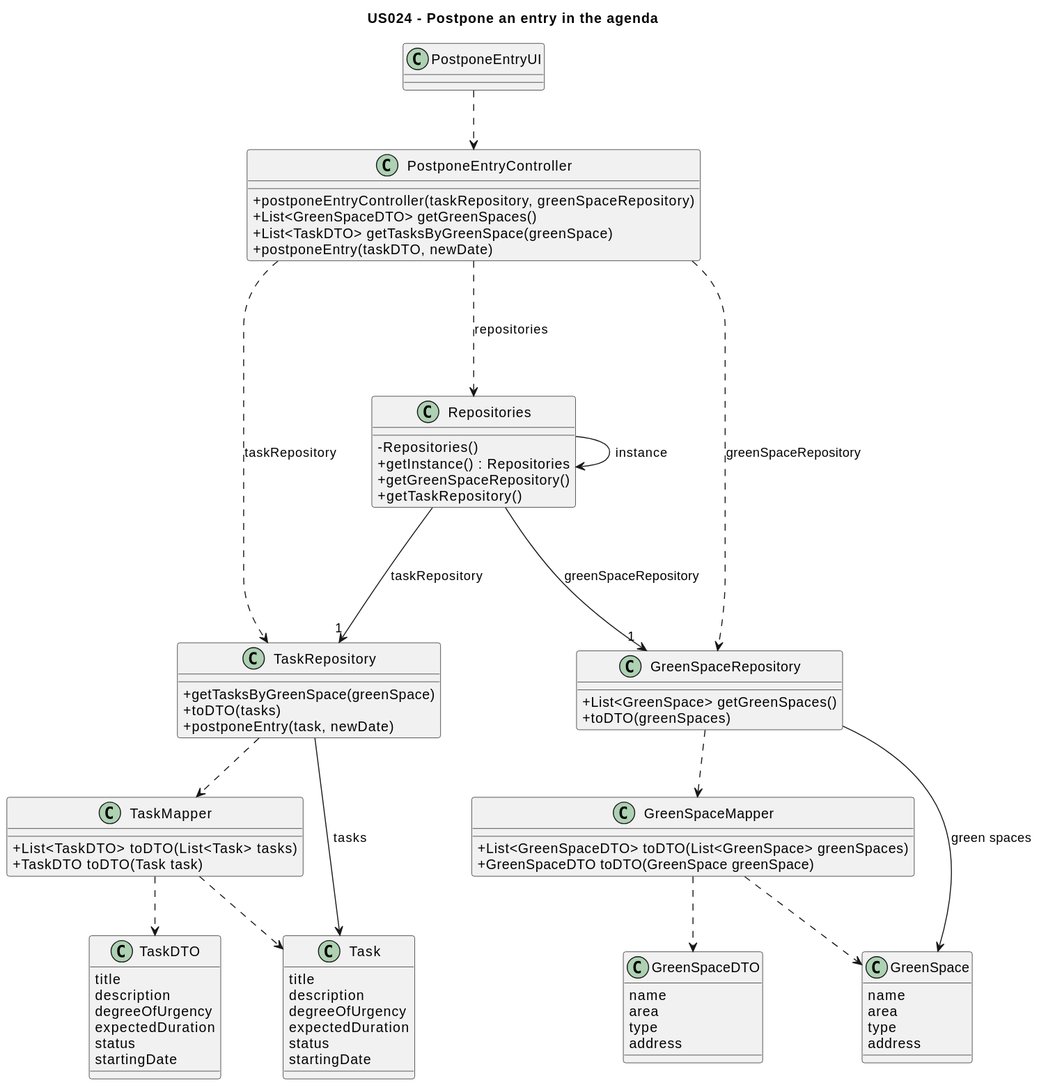
The PlantUML diagram docs/sprintC/us024/03.design/svg/us024-class-diagram.svg in Departamento-de-Engenharia-Informatica/lei-24-s2-1dm-g132, before a commit.
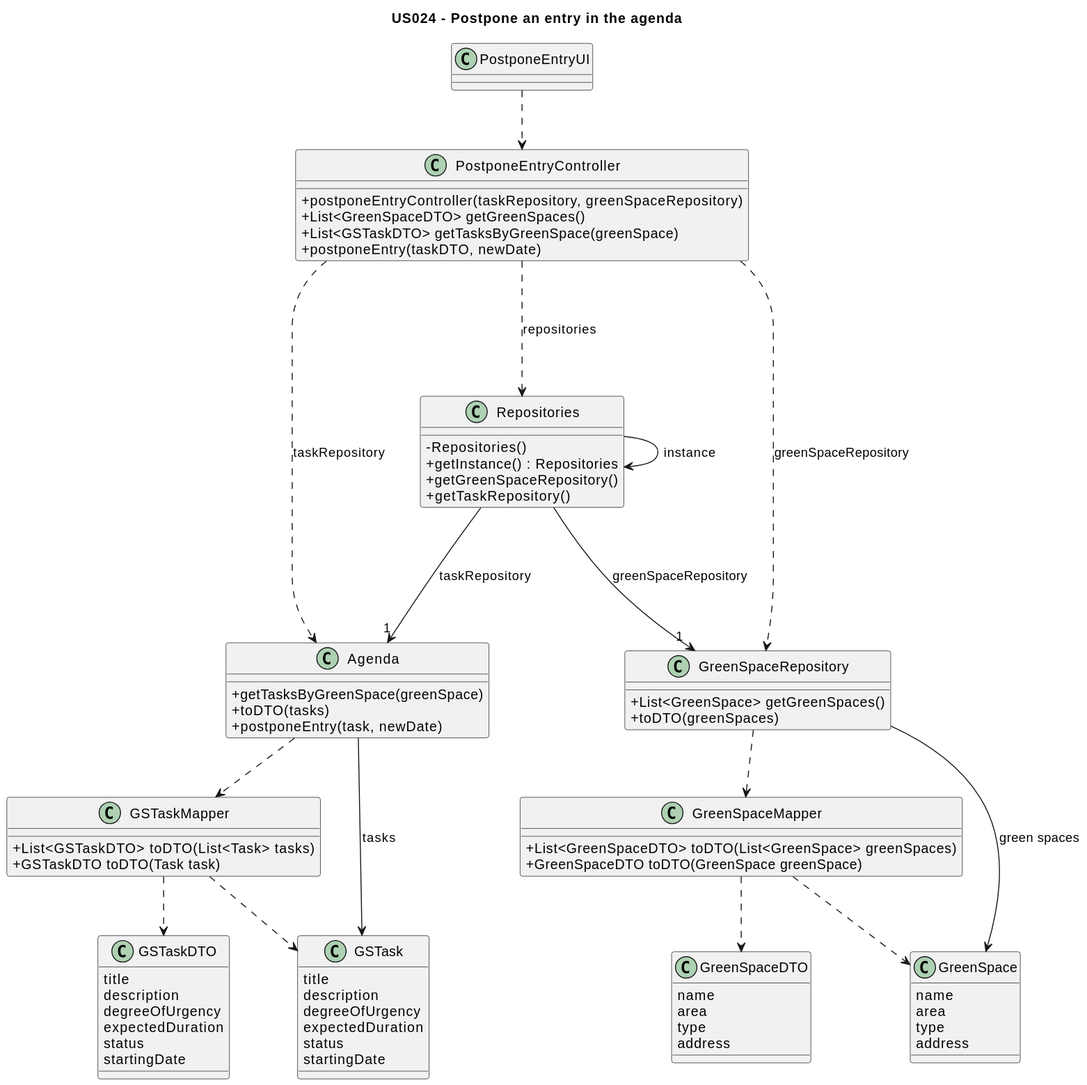
After the commit.

Commit message:
US24 changes on names of GSTask

Change to the diagram source:
```diff
@@ -15,7 +15,7 @@
 class PostponeEntryController {
     + postponeEntryController(taskRepository, greenSpaceRepository)
     + List<GreenSpaceDTO> getGreenSpaces()
-    + List<TaskDTO> getTasksByGreenSpace(greenSpace)
+    + List<GSTaskDTO> getTasksByGreenSpace(greenSpace)
     + postponeEntry(taskDTO, newDate)
 
 }
@@ -27,7 +27,7 @@
     + getTaskRepository()
 }
 
-class TaskRepository {
+class Agenda {
     + getTasksByGreenSpace(greenSpace)
     + toDTO(tasks)
     + postponeEntry(task, newDate)
@@ -44,9 +44,9 @@
     + GreenSpaceDTO toDTO(GreenSpace greenSpace)
 }
 
-class TaskMapper {
-    + List<TaskDTO> toDTO(List<Task> tasks)
-    + TaskDTO toDTO(Task task)
+class GSTaskMapper {
+    + List<GSTaskDTO> toDTO(List<Task> tasks)
+    + GSTaskDTO toDTO(Task task)
 }
 
 class GreenSpaceDTO {
@@ -56,7 +56,7 @@
     address
 }
 
-class TaskDTO {
+class GSTaskDTO {
     title
     description
     degreeOfUrgency
@@ -65,7 +65,7 @@
     startingDate
 }
 
-class Task {
+class GSTask {
     title
     description
     degreeOfUrgency
@@ -83,19 +83,19 @@
 
 PostponeEntryUI ..> PostponeEntryController
 PostponeEntryController ...> Repositories: repositories
-PostponeEntryController ..> TaskRepository: taskRepository
+PostponeEntryController ..> Agenda: taskRepository
 PostponeEntryController ..> GreenSpaceRepository: greenSpaceRepository
 
 Repositories -> Repositories : instance
-Repositories ---> "1" TaskRepository: taskRepository
+Repositories ---> "1" Agenda: taskRepository
 Repositories ---> "1" GreenSpaceRepository: greenSpaceRepository
 
-TaskRepository --> Task: tasks
+Agenda --> GSTask: tasks
 GreenSpaceRepository --> GreenSpace: green spaces
 
-TaskRepository ..> TaskMapper
-TaskMapper ..> TaskDTO
-TaskMapper ..> Task
+Agenda ..> GSTaskMapper
+GSTaskMapper ..> GSTaskDTO
+GSTaskMapper ..> GSTask
 GreenSpaceRepository ..> GreenSpaceMapper
 GreenSpaceMapper ..> GreenSpaceDTO
 GreenSpaceMapper ..> GreenSpace
```
